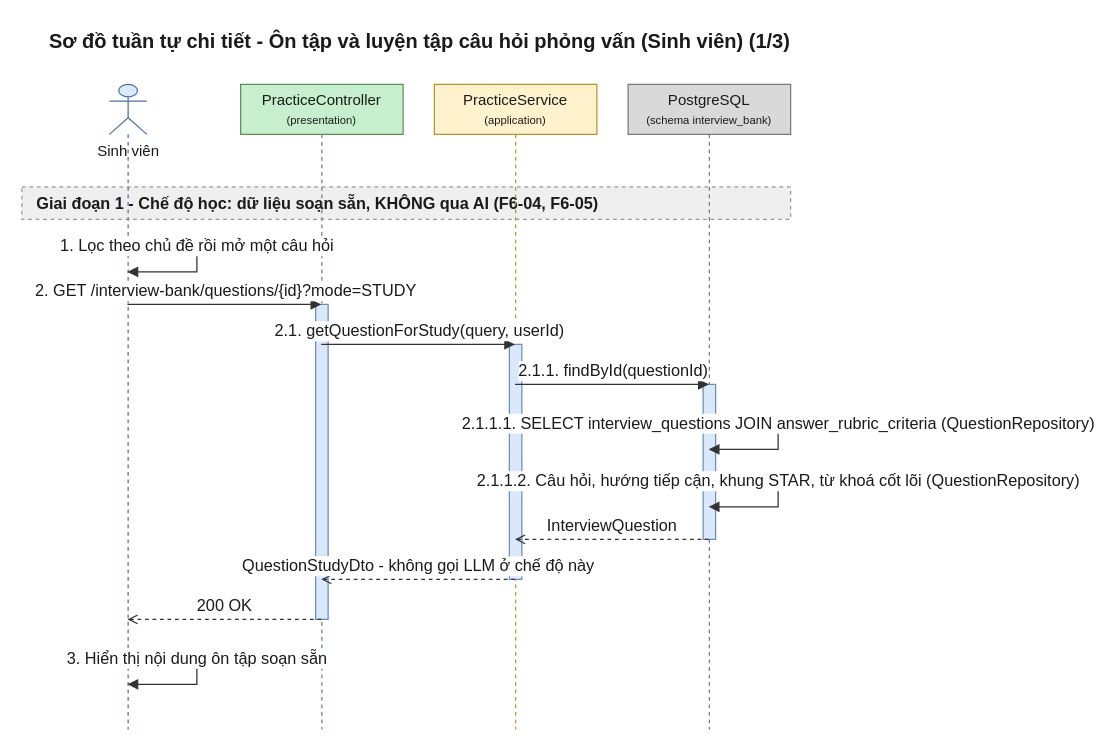
Before: 08-diagram/sequence/user/sequence_user_on_tap_luyen_tap_ai_p1.drawio in daiphu1801/PRJ_ALGOPREP, a draw.io diagram. Source tidied: cells renumbered, new cells numbered last; positions are measured from the earlier drawing's top-left corner, leaving out a move shared by most shapes. Both pictures are drawn from the tidied source at 125%, with x=0, y=0 at pixel (21, 21).
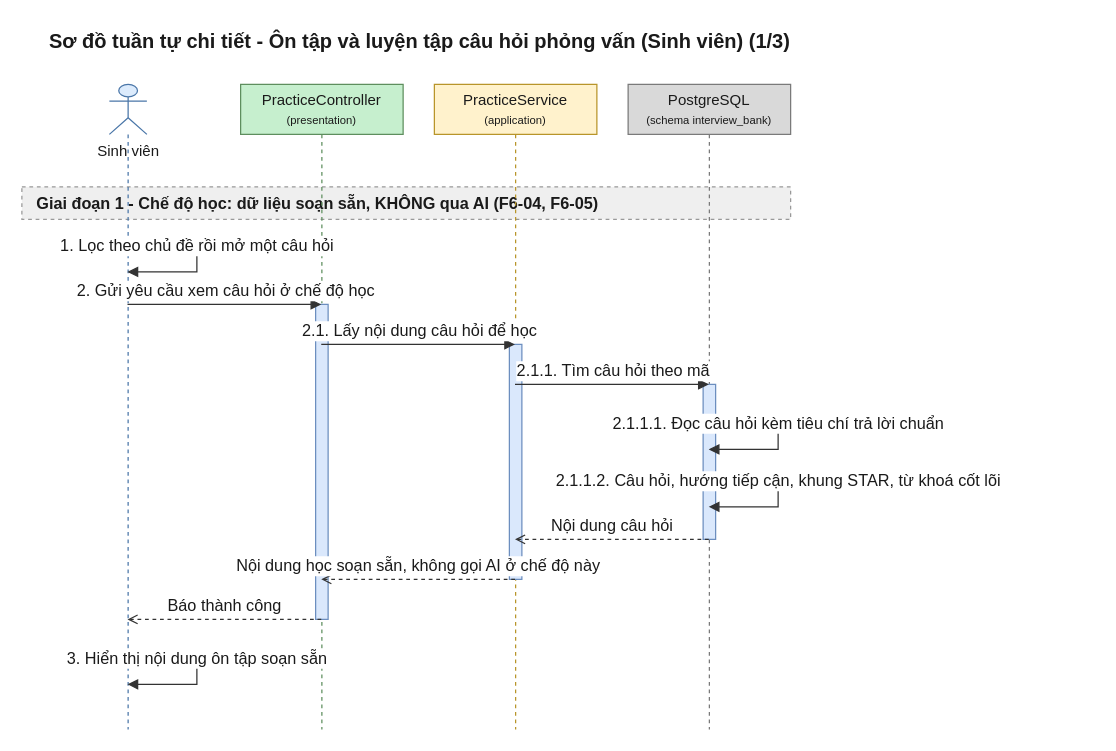
The same diagram, later.

Unchanged cells that the change refers to:
```xml
<mxCell id="4" value="Sinh viên" style="shape=umlLifeline;participant=umlActor;perimeter=lifelinePerimeter;html=1;outlineConnect=0;size=40;verticalAlign=top;spacingTop=40;fillColor=#DCEBFC;strokeColor=#4A76A8;fontColor=#1A1A1A;" parent="1" vertex="1">
  <mxGeometry x="70" y="50" width="30" height="516" as="geometry" />
</mxCell>
<mxCell id="5" value="PracticeController&lt;br&gt;&lt;font style=&quot;font-size:9px&quot;&gt;(presentation)&lt;/font&gt;" style="shape=umlLifeline;perimeter=lifelinePerimeter;whiteSpace=wrap;html=1;outlineConnect=0;size=40;fillColor=#C6EFCE;strokeColor=#5E8E5E;fontColor=#1A1A1A;" parent="1" vertex="1">
  <mxGeometry x="175" y="50" width="130" height="516" as="geometry" />
</mxCell>
<mxCell id="6" value="PracticeService&lt;br&gt;&lt;font style=&quot;font-size:9px&quot;&gt;(application)&lt;/font&gt;" style="shape=umlLifeline;perimeter=lifelinePerimeter;whiteSpace=wrap;html=1;outlineConnect=0;size=40;fillColor=#FFF2CC;strokeColor=#B8952A;fontColor=#1A1A1A;" parent="1" vertex="1">
  <mxGeometry x="330" y="50" width="130" height="516" as="geometry" />
</mxCell>
<mxCell id="7" value="PostgreSQL&lt;br&gt;&lt;font style=&quot;font-size:9px&quot;&gt;(schema interview_bank)&lt;/font&gt;" style="shape=umlLifeline;perimeter=lifelinePerimeter;whiteSpace=wrap;html=1;outlineConnect=0;size=40;fillColor=#D9D9D9;strokeColor=#7A7A7A;fontColor=#1A1A1A;" parent="1" vertex="1">
  <mxGeometry x="485" y="50" width="130" height="516" as="geometry" />
</mxCell>
```

What changed in the source:
```diff
@@
-    <mxCell id="12" value="2. GET /interview-bank/questions/{id}?mode=STUDY" style="edgeStyle=none;html=1;endArrow=block;endFill=1;strokeColor=#333333;fontColor=#1A1A1A;fontSize=13;verticalAlign=bottom;exitX=0.5;exitY=0.3411;exitDx=0;exitDy=0;entryX=0.5;entryY=0.3411;entryDx=0;entryDy=0;" parent="1" edge="1" source="4" target="5">
+    <mxCell id="12" value="2. Gửi yêu cầu xem câu hỏi ở chế độ học" style="edgeStyle=none;html=1;endArrow=block;endFill=1;strokeColor=#333333;fontColor=#1A1A1A;fontSize=13;verticalAlign=bottom;exitX=0.5;exitY=0.3411;exitDx=0;exitDy=0;entryX=0.5;entryY=0.3411;entryDx=0;entryDy=0;" parent="1" edge="1" source="4" target="5">
       <mxGeometry relative="1" as="geometry" />
     </mxCell>
-    <mxCell id="13" value="2.1. getQuestionForStudy(query, userId)" style="edgeStyle=none;html=1;endArrow=block;endFill=1;strokeColor=#333333;fontColor=#1A1A1A;fontSize=13;verticalAlign=bottom;exitX=0.5;exitY=0.4031;exitDx=0;exitDy=0;entryX=0.5;entryY=0.4031;entryDx=0;entryDy=0;" parent="1" edge="1" source="5" target="6">
+    <mxCell id="13" value="2.1. Lấy nội dung câu hỏi để học" style="edgeStyle=none;html=1;endArrow=block;endFill=1;strokeColor=#333333;fontColor=#1A1A1A;fontSize=13;verticalAlign=bottom;exitX=0.5;exitY=0.4031;exitDx=0;exitDy=0;entryX=0.5;entryY=0.4031;entryDx=0;entryDy=0;" parent="1" edge="1" source="5" target="6">
       <mxGeometry relative="1" as="geometry" />
     </mxCell>
-    <mxCell id="14" value="2.1.1. findById(questionId)" style="edgeStyle=none;html=1;endArrow=block;endFill=1;strokeColor=#333333;fontColor=#1A1A1A;fontSize=13;verticalAlign=bottom;exitX=0.5;exitY=0.4651;exitDx=0;exitDy=0;entryX=0.5;entryY=0.4651;entryDx=0;entryDy=0;" parent="1" edge="1" source="6" target="7">
+    <mxCell id="14" value="2.1.1. Tìm câu hỏi theo mã" style="edgeStyle=none;html=1;endArrow=block;endFill=1;strokeColor=#333333;fontColor=#1A1A1A;fontSize=13;verticalAlign=bottom;exitX=0.5;exitY=0.4651;exitDx=0;exitDy=0;entryX=0.5;entryY=0.4651;entryDx=0;entryDy=0;" parent="1" edge="1" source="6" target="7">
       <mxGeometry relative="1" as="geometry" />
     </mxCell>
-    <mxCell id="15" value="2.1.1.1. SELECT interview_questions JOIN answer_rubric_criteria (QuestionRepository)" style="edgeStyle=orthogonalEdgeStyle;rounded=0;html=1;endArrow=block;endFill=1;strokeColor=#333333;fontColor=#1A1A1A;fontSize=13;verticalAlign=bottom;exitX=0.5;exitY=0.5271;exitDx=0;exitDy=0;entryX=0.5;entryY=0.5659;entryDx=0;entryDy=0;" parent="1" edge="1" source="7" target="7">
+    <mxCell id="15" value="2.1.1.1. Đọc câu hỏi kèm tiêu chí trả lời chuẩn" style="edgeStyle=orthogonalEdgeStyle;rounded=0;html=1;endArrow=block;endFill=1;strokeColor=#333333;fontColor=#1A1A1A;fontSize=13;verticalAlign=bottom;exitX=0.5;exitY=0.5271;exitDx=0;exitDy=0;entryX=0.5;entryY=0.5659;entryDx=0;entryDy=0;" parent="1" edge="1" source="7" target="7">
       <mxGeometry relative="1" as="geometry">
         <Array as="points">
           <mxPoint x="605" y="322" />
           <mxPoint x="605" y="342" />
         </Array>
       </mxGeometry>
     </mxCell>
-    <mxCell id="16" value="2.1.1.2. Câu hỏi, hướng tiếp cận, khung STAR, từ khoá cốt lõi (QuestionRepository)" style="edgeStyle=orthogonalEdgeStyle;rounded=0;html=1;endArrow=block;endFill=1;strokeColor=#333333;fontColor=#1A1A1A;fontSize=13;verticalAlign=bottom;exitX=0.5;exitY=0.6163;exitDx=0;exitDy=0;entryX=0.5;entryY=0.6550;entryDx=0;entryDy=0;" parent="1" edge="1" source="7" target="7">
+    <mxCell id="16" value="2.1.1.2. Câu hỏi, hướng tiếp cận, khung STAR, từ khoá cốt lõi" style="edgeStyle=orthogonalEdgeStyle;rounded=0;html=1;endArrow=block;endFill=1;strokeColor=#333333;fontColor=#1A1A1A;fontSize=13;verticalAlign=bottom;exitX=0.5;exitY=0.6163;exitDx=0;exitDy=0;entryX=0.5;entryY=0.6550;entryDx=0;entryDy=0;" parent="1" edge="1" source="7" target="7">
       <mxGeometry relative="1" as="geometry">
         <Array as="points">
           <mxPoint x="605" y="368" />
           <mxPoint x="605" y="388" />
         </Array>
       </mxGeometry>
     </mxCell>
-    <mxCell id="17" value="InterviewQuestion" style="edgeStyle=none;html=1;endArrow=open;endFill=0;dashed=1;strokeColor=#333333;fontColor=#1A1A1A;fontSize=13;verticalAlign=bottom;exitX=0.5;exitY=0.7054;exitDx=0;exitDy=0;entryX=0.5;entryY=0.7054;entryDx=0;entryDy=0;" parent="1" edge="1" source="7" target="6">
+    <mxCell id="17" value="Nội dung câu hỏi" style="edgeStyle=none;html=1;endArrow=open;endFill=0;dashed=1;strokeColor=#333333;fontColor=#1A1A1A;fontSize=13;verticalAlign=bottom;exitX=0.5;exitY=0.7054;exitDx=0;exitDy=0;entryX=0.5;entryY=0.7054;entryDx=0;entryDy=0;" parent="1" edge="1" source="7" target="6">
       <mxGeometry relative="1" as="geometry" />
     </mxCell>
-    <mxCell id="18" value="QuestionStudyDto - không gọi LLM ở chế độ này" style="edgeStyle=none;html=1;endArrow=open;endFill=0;dashed=1;strokeColor=#333333;fontColor=#1A1A1A;fontSize=13;verticalAlign=bottom;exitX=0.5;exitY=0.7674;exitDx=0;exitDy=0;entryX=0.5;entryY=0.7674;entryDx=0;entryDy=0;" parent="1" edge="1" source="6" target="5">
+    <mxCell id="18" value="Nội dung học soạn sẵn, không gọi AI ở chế độ này" style="edgeStyle=none;html=1;endArrow=open;endFill=0;dashed=1;strokeColor=#333333;fontColor=#1A1A1A;fontSize=13;verticalAlign=bottom;exitX=0.5;exitY=0.7674;exitDx=0;exitDy=0;entryX=0.5;entryY=0.7674;entryDx=0;entryDy=0;" parent="1" edge="1" source="6" target="5">
       <mxGeometry relative="1" as="geometry" />
     </mxCell>
-    <mxCell id="19" value="200 OK" style="edgeStyle=none;html=1;endArrow=open;endFill=0;dashed=1;strokeColor=#333333;fontColor=#1A1A1A;fontSize=13;verticalAlign=bottom;exitX=0.5;exitY=0.8295;exitDx=0;exitDy=0;entryX=0.5;entryY=0.8295;entryDx=0;entryDy=0;" parent="1" edge="1" source="5" target="4">
+    <mxCell id="19" value="Báo thành công" style="edgeStyle=none;html=1;endArrow=open;endFill=0;dashed=1;strokeColor=#333333;fontColor=#1A1A1A;fontSize=13;verticalAlign=bottom;exitX=0.5;exitY=0.8295;exitDx=0;exitDy=0;entryX=0.5;entryY=0.8295;entryDx=0;entryDy=0;" parent="1" edge="1" source="5" target="4">
       <mxGeometry relative="1" as="geometry" />
     </mxCell>
```
